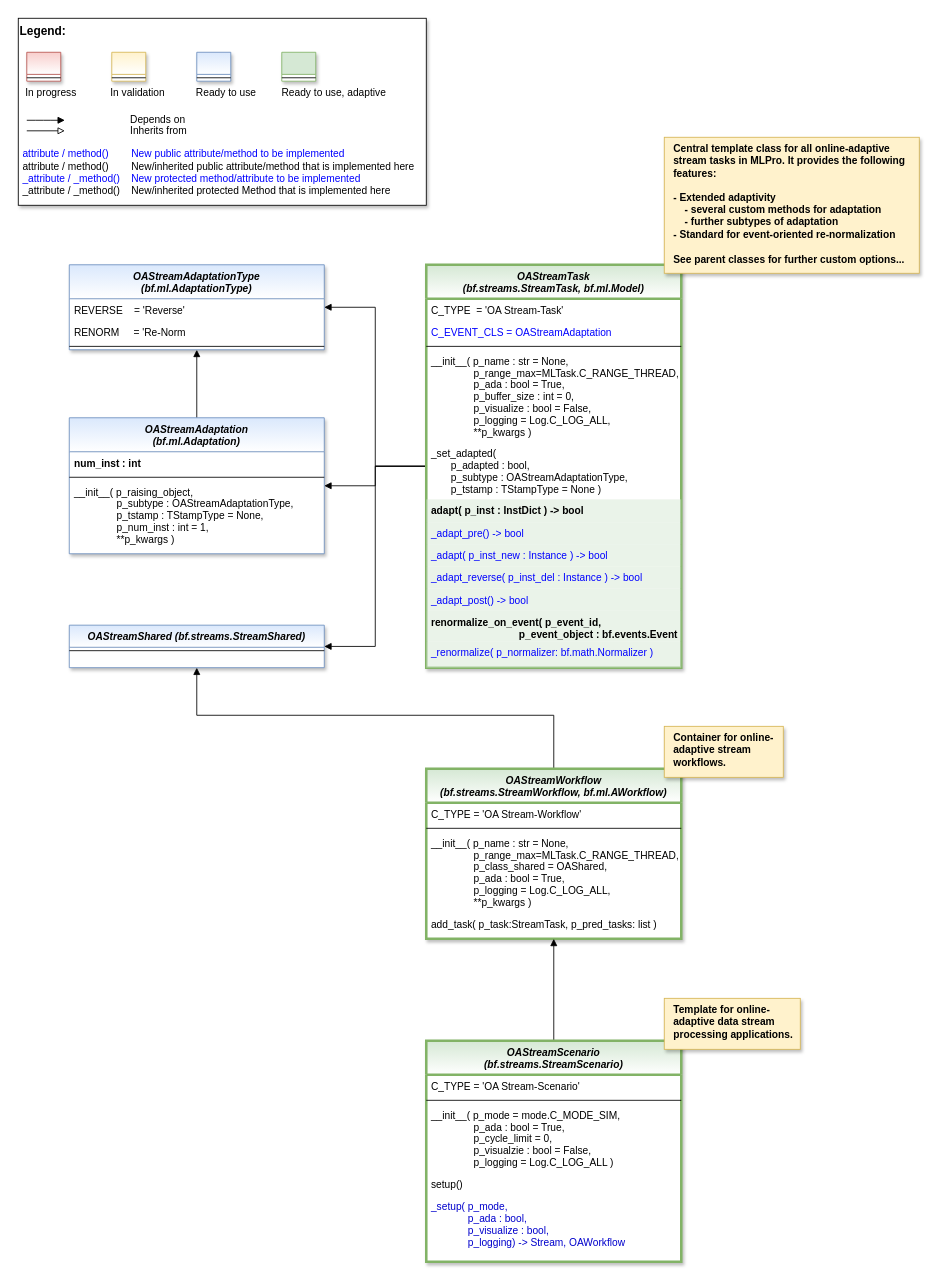
This is doc/rtd/content/99_appendices/appendix2/sub/mlpro_oa/streams/00_basics/images/MLPro-OA-Stream-Processing_class_diagram.drawio from fhswf/MLPro, a draw.io file, before an edit. Source tidied: cells renumbered, new cells numbered last; positions are measured from the earlier drawing's top-left corner, leaving out a move shared by most shapes. Both pictures are drawn from the tidied source at 85%, with x=0, y=0 at pixel (18, 18).
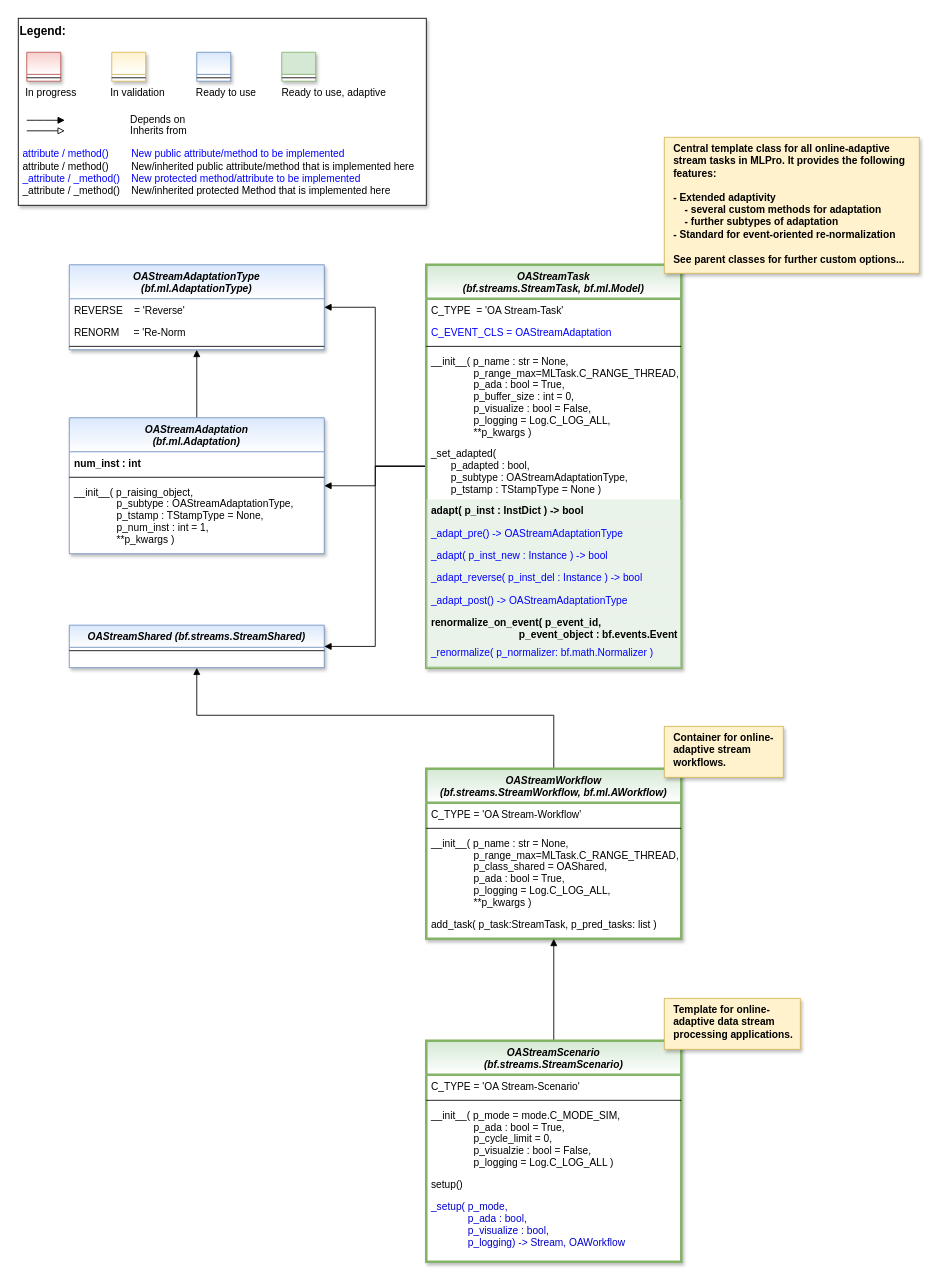
After the change.

The change refers to these unchanged cells:
```xml
<mxCell id="5" value="OAStreamTask &#10;(bf.streams.StreamTask, bf.ml.Model)" style="swimlane;fontStyle=3;align=center;verticalAlign=top;horizontal=1;startSize=40;rounded=0;shadow=1;strokeWidth=3;fillColor=#d5e8d4;strokeColor=#82b366;swimlaneFillColor=#ffffff;gradientColor=#FFFFFF;" parent="1" vertex="1">
  <mxGeometry x="480" y="290" width="300" height="474" as="geometry" />
</mxCell>
```

What changed in the source:
```diff
@@
-    <mxCell id="12" value="_adapt_pre() -&gt; bool" style="text;align=left;verticalAlign=top;spacingLeft=4;spacingRight=4;overflow=hidden;fillColor=#d5e8d4;strokeColor=none;opacity=50;fontColor=#0000FF;" parent="5" vertex="1">
+    <mxCell id="12" value="_adapt_pre() -&gt; OAStreamAdaptationType" style="text;align=left;verticalAlign=top;spacingLeft=4;spacingRight=4;overflow=hidden;fillColor=#d5e8d4;strokeColor=none;opacity=50;fontColor=#0000FF;" parent="5" vertex="1">
       <mxGeometry y="303" width="300" height="26" as="geometry" />
     </mxCell>
@@
-    <mxCell id="15" value="_adapt_post() -&gt; bool" style="text;align=left;verticalAlign=top;spacingLeft=4;spacingRight=4;overflow=hidden;fillColor=#d5e8d4;strokeColor=none;opacity=50;fontColor=#0000FF;" parent="5" vertex="1">
+    <mxCell id="15" value="_adapt_post() -&gt; OAStreamAdaptationType" style="text;align=left;verticalAlign=top;spacingLeft=4;spacingRight=4;overflow=hidden;fillColor=#d5e8d4;strokeColor=none;opacity=50;fontColor=#0000FF;" parent="5" vertex="1">
       <mxGeometry y="381" width="300" height="26" as="geometry" />
     </mxCell>
```
